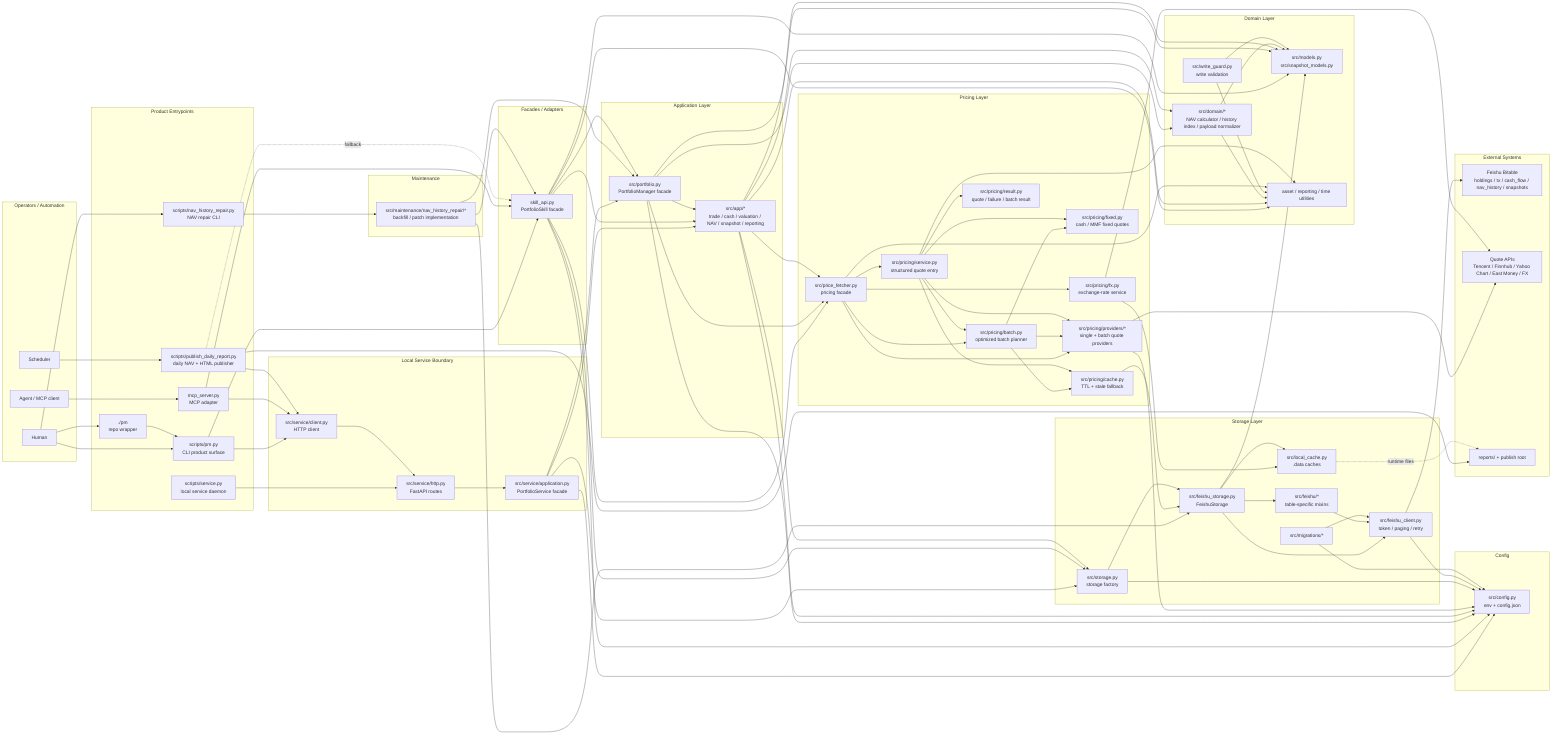
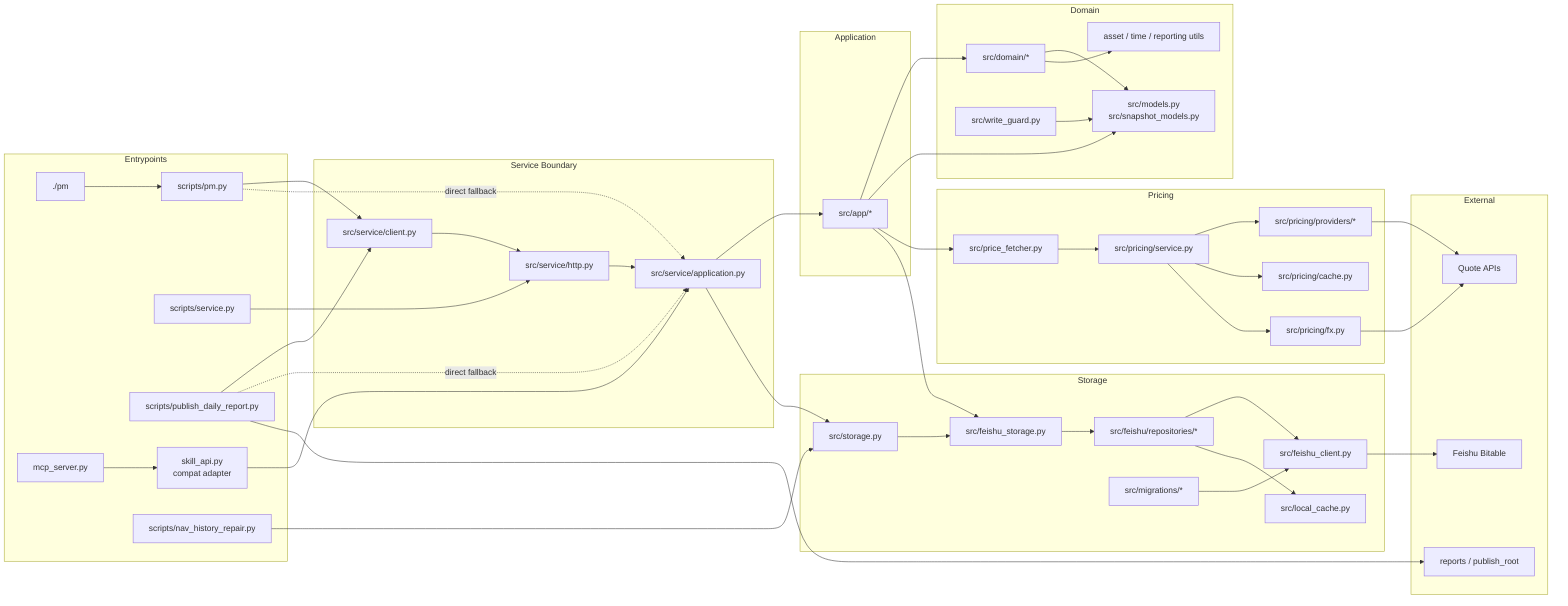
flowchart LR
-     %% Dependency direction: caller/adapter --> dependency.
+     %% Dependency direction: caller / adapter --> dependency.

-     subgraph Users["Operators / Automation"]
-         Human["Human"]
-         Scheduler["Scheduler"]
-         Agent["Agent / MCP client"]
+     subgraph Entrypoints["Entrypoints"]
+         PM["./pm"]
+         CLI["scripts/pm.py"]
+         ServiceRunner["scripts/service.py"]
+         Publisher["scripts/publish_daily_report.py"]
+         MCP["mcp_server.py"]
+         SkillAPI["skill_api.py<br/>compat adapter"]
+         RepairCLI["scripts/nav_history_repair.py"]
    end

-     subgraph Entrypoints["Product Entrypoints"]
-         PM["./pm<br/>repo wrapper"]
-         CLI["scripts/pm.py<br/>CLI product surface"]
-         Publisher["scripts/publish_daily_report.py<br/>daily NAV + HTML publisher"]
-         MCP["mcp_server.py<br/>MCP adapter"]
-         ServiceRunner["scripts/service.py<br/>local service daemon"]
-         NavRepairCLI["scripts/nav_history_repair.py<br/>NAV repair CLI"]
+     subgraph Service["Service Boundary"]
+         ServiceClient["src/service/client.py"]
+         HTTP["src/service/http.py"]
+         PortfolioService["src/service/application.py"]
    end

-     subgraph Service["Local Service Boundary"]
-         ServiceClient["src/service/client.py<br/>HTTP client"]
-         HTTP["src/service/http.py<br/>FastAPI routes"]
-         AppFacade["src/service/application.py<br/>PortfolioService facade"]
+     subgraph App["Application"]
+         AppServices["src/app/*"]
    end

-     subgraph Facades["Facades / Adapters"]
-         SkillAPI["skill_api.py<br/>PortfolioSkill facade"]
+     subgraph Domain["Domain"]
+         DomainServices["src/domain/*"]
+         Models["src/models.py<br/>src/snapshot_models.py"]
+         Guards["src/write_guard.py"]
+         Utils["asset / time / reporting utils"]
    end

-     subgraph Application["Application Layer"]
-         PMgr["src/portfolio.py<br/>PortfolioManager facade"]
-         AppServices["src/app/*<br/>trade / cash / valuation / NAV / snapshot / reporting"]
+     subgraph Pricing["Pricing"]
+         PriceFetcher["src/price_fetcher.py"]
+         PriceService["src/pricing/service.py"]
+         PriceProviders["src/pricing/providers/*"]
+         PriceCache["src/pricing/cache.py"]
+         Fx["src/pricing/fx.py"]
    end

-     subgraph Domain["Domain Layer"]
-         DomainServices["src/domain/*<br/>NAV calculator / history index / payload normalizer"]
-         Models["src/models.py<br/>src/snapshot_models.py"]
-         Guards["src/write_guard.py<br/>write validation"]
-         Utils["asset / reporting / time utilities"]
-     end
- 
-     subgraph Pricing["Pricing Layer"]
-         PriceFetcher["src/price_fetcher.py<br/>pricing facade"]
-         PriceService["src/pricing/service.py<br/>structured quote entry"]
-         BatchPlanner["src/pricing/batch.py<br/>optimized batch planner"]
-         PriceResults["src/pricing/result.py<br/>quote / failure / batch result"]
-         PriceCachePolicy["src/pricing/cache.py<br/>TTL + stale fallback"]
-         FixedQuotes["src/pricing/fixed.py<br/>cash / MMF fixed quotes"]
-         FxService["src/pricing/fx.py<br/>exchange-rate service"]
-         Providers["src/pricing/providers/*<br/>single + batch quote providers"]
-     end
- 
-     subgraph Storage["Storage Layer"]
-         StorageFactory["src/storage.py<br/>storage factory"]
-         FeishuStorage["src/feishu_storage.py<br/>FeishuStorage"]
-         FeishuMixins["src/feishu/*<br/>table-specific mixins"]
-         FeishuClient["src/feishu_client.py<br/>token / paging / retry"]
-         LocalCache["src/local_cache.py<br/>.data caches"]
+     subgraph Storage["Storage"]
+         StorageFactory["src/storage.py"]
+         FeishuStorage["src/feishu_storage.py"]
+         FeishuRepos["src/feishu/repositories/*"]
+         FeishuClient["src/feishu_client.py"]
+         LocalCache["src/local_cache.py"]
        Migrations["src/migrations/*"]
    end

-     subgraph Maintenance["Maintenance"]
-         NavRepair["src/maintenance/nav_history_repair/*<br/>backfill / patch implementation"]
+     subgraph External["External"]
+         Feishu["Feishu Bitable"]
+         Quotes["Quote APIs"]
+         Reports["reports / publish_root"]
    end

-     subgraph Config["Config"]
-         ConfigModule["src/config.py<br/>env + config.json"]
-     end
+     PM --> CLI
+     CLI --> ServiceClient
+     CLI -.direct fallback.-> PortfolioService
+     Publisher --> ServiceClient
+     Publisher -.direct fallback.-> PortfolioService
+     ServiceRunner --> HTTP
+     ServiceClient --> HTTP
+     HTTP --> PortfolioService
+     MCP --> SkillAPI
+     SkillAPI --> PortfolioService
+     RepairCLI --> StorageFactory

-     subgraph External["External Systems"]
-         Feishu["Feishu Bitable<br/>holdings / tx / cash_flow / nav_history / snapshots"]
-         QuoteAPIs["Quote APIs<br/>Tencent / Finnhub / Yahoo Chart / East Money / FX"]
-         StaticReports["reports/ + publish root"]
-     end
- 
-     Human --> PM
-     Human --> CLI
-     Scheduler --> Publisher
-     Agent --> MCP
-     Human --> NavRepairCLI
-     PM --> CLI
- 
-     CLI --> ServiceClient
-     CLI --> SkillAPI
-     MCP --> ServiceClient
-     MCP --> SkillAPI
-     Publisher --> ServiceClient
-     Publisher -.fallback.-> SkillAPI
-     Publisher --> StaticReports
-     ServiceRunner --> HTTP
- 
-     ServiceClient --> HTTP
-     HTTP --> AppFacade
-     AppFacade --> StorageFactory
-     AppFacade --> PMgr
-     NavRepairCLI --> NavRepair
-     NavRepair --> SkillAPI
-     NavRepair --> PMgr
-     NavRepair --> FeishuStorage
-     AppFacade --> AppServices
-     AppFacade --> ConfigModule
- 
-     SkillAPI --> ConfigModule
-     SkillAPI --> StorageFactory
-     SkillAPI --> PMgr
-     SkillAPI --> PriceFetcher
-     SkillAPI --> AppServices
-     SkillAPI --> Models
-     SkillAPI --> Utils
- 
-     PMgr --> AppServices
-     PMgr --> DomainServices
-     PMgr --> Models
-     PMgr --> PriceFetcher
-     PMgr --> ConfigModule
- 
+     PortfolioService --> AppServices
+     PortfolioService --> StorageFactory
+     AppServices --> DomainServices
    AppServices --> Models
-     AppServices --> DomainServices
    AppServices --> PriceFetcher
-     AppServices --> Utils
-     AppServices --> ConfigModule
-     AppServices --> StorageFactory
+     AppServices --> FeishuStorage

    DomainServices --> Models
    DomainServices --> Utils
    Guards --> Models
-     Guards --> Utils

    PriceFetcher --> PriceService
-     PriceFetcher --> BatchPlanner
-     PriceFetcher --> Providers
-     PriceFetcher --> FxService
-     PriceFetcher --> Utils
-     BatchPlanner --> PriceCachePolicy
-     BatchPlanner --> FixedQuotes
-     BatchPlanner --> Providers
-     PriceService --> BatchPlanner
-     PriceService --> PriceResults
-     PriceService --> PriceCachePolicy
-     PriceService --> FixedQuotes
-     PriceService --> Providers
-     PriceService --> Utils
-     PriceCachePolicy --> FeishuStorage
-     Providers --> ConfigModule
-     Providers --> QuoteAPIs
-     FxService --> LocalCache
-     FxService --> QuoteAPIs
+     PriceService --> PriceProviders
+     PriceService --> PriceCache
+     PriceService --> Fx
+     PriceProviders --> Quotes
+     Fx --> Quotes

-     StorageFactory --> ConfigModule
    StorageFactory --> FeishuStorage
-     FeishuStorage --> Models
-     FeishuStorage --> FeishuMixins
-     FeishuStorage --> FeishuClient
-     FeishuStorage --> LocalCache
-     FeishuMixins --> FeishuClient
-     FeishuClient --> ConfigModule
+     FeishuStorage --> FeishuRepos
+     FeishuRepos --> FeishuClient
+     FeishuRepos --> LocalCache
    FeishuClient --> Feishu
    Migrations --> FeishuClient
-     Migrations --> ConfigModule
- 
-     LocalCache -.runtime files.-> StaticReports
+     Publisher --> Reports
